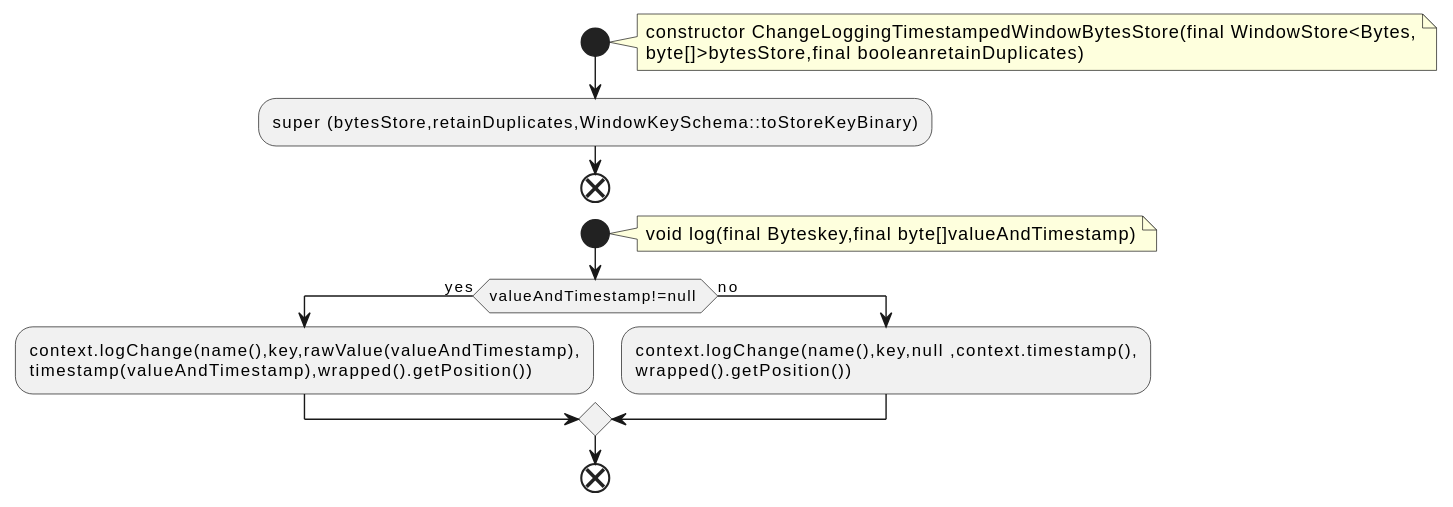
qualitesys/kafka keeps this PlantUML diagram as docs/qc/streams/src/main/java/org/apache/kafka/streams/state/internals/ChangeLoggingTimestampedWindowBytesStore.java.fct.svg. Above is the earlier version.
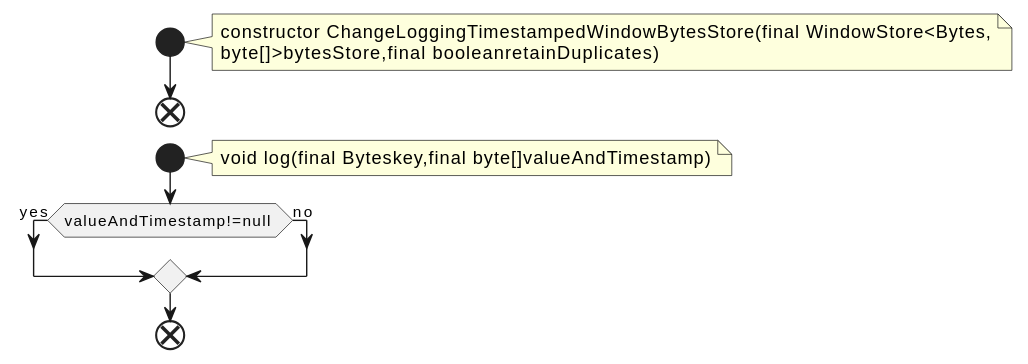
The same diagram one commit later.

What changed in the source:
```diff
@@ -5,18 +5,13 @@
 constructor ChangeLoggingTimestampedWindowBytesStore(final WindowStore<Bytes,
 byte[]>bytesStore,final booleanretainDuplicates)
 end note
-:super (bytesStore,retainDuplicates,WindowKeySchema::toStoreKeyBinary);
 end
 start
 note right
 void log(final Byteskey,final byte[]valueAndTimestamp)
 end note
 if (valueAndTimestamp!=null ) then (yes)
-:context.logChange(name(),key,rawValue(valueAndTimestamp),
-timestamp(valueAndTimestamp),wrapped().getPosition());
 else (no)
-:context.logChange(name(),key,null ,context.timestamp(),
-wrapped().getPosition());
 endif
 end
 @enduml
```
